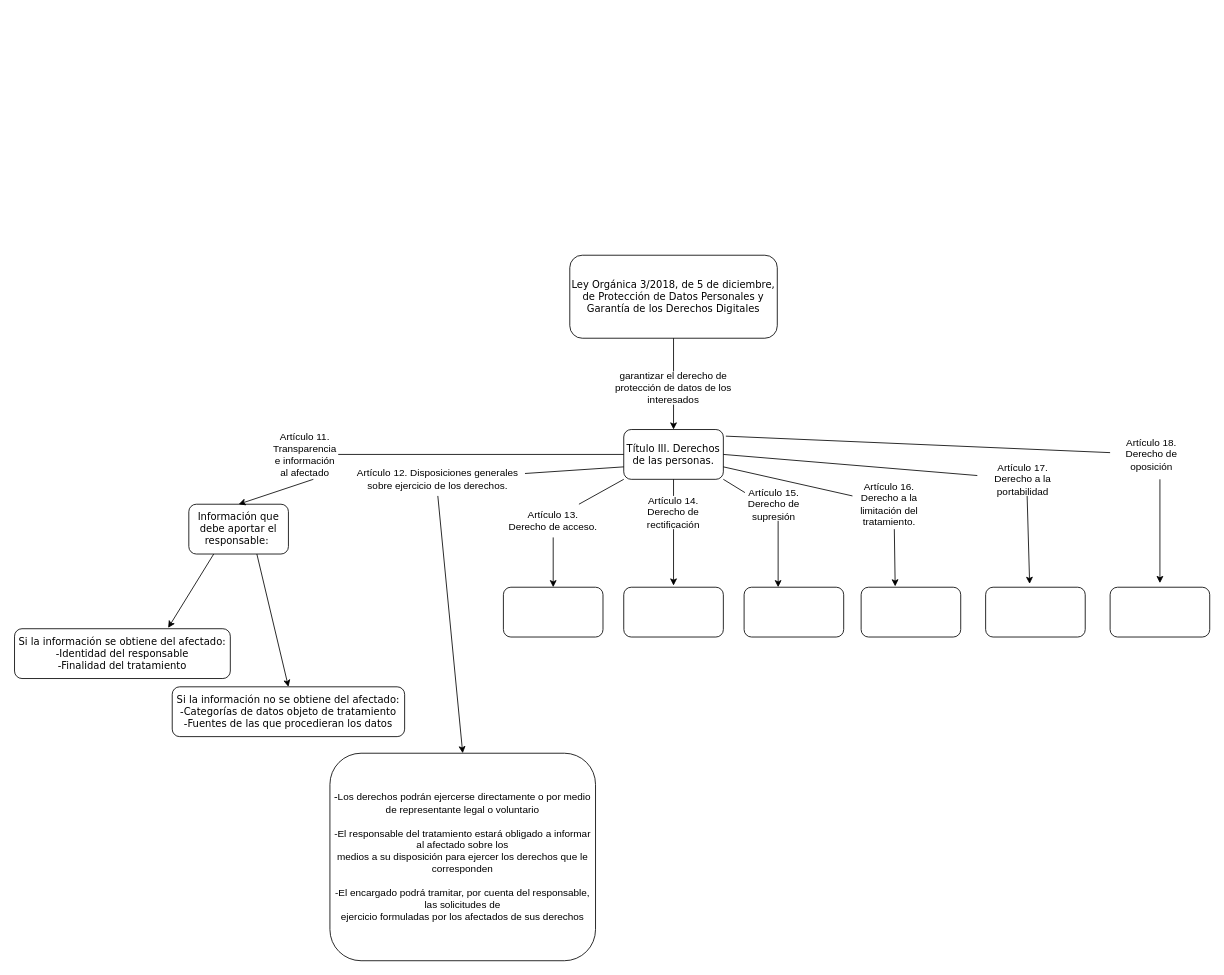
Earlier version of the draw.io diagram CDyAL.drawio (AyobAsroutVargas/lab1). Source tidied: cells renumbered, new cells numbered last; positions are measured from the earlier drawing's top-left corner, leaving out a move shared by most shapes. Both pictures are drawn from the tidied source at 83%, with x=0, y=0 at pixel (14, 255).
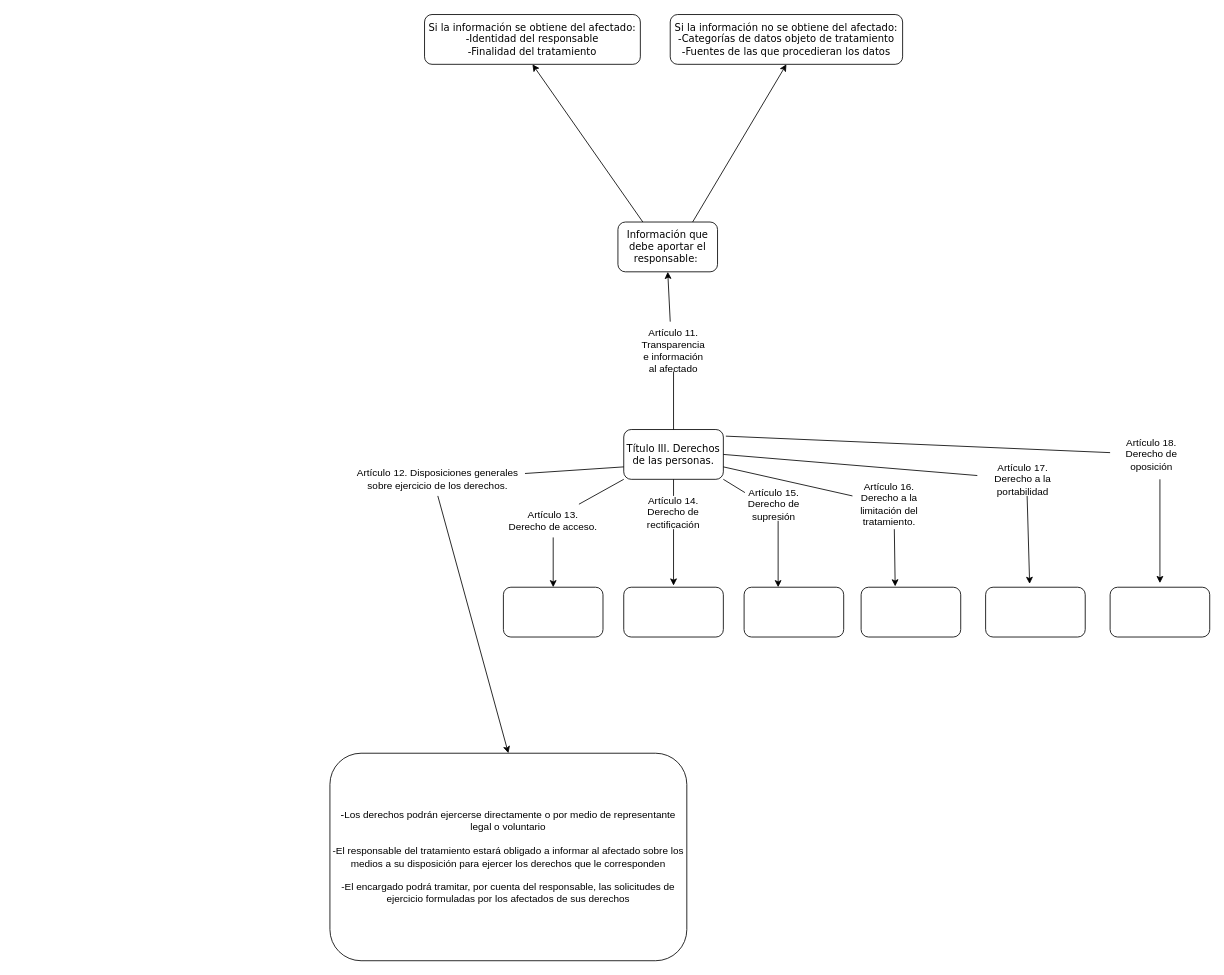
Above is the later version.

Unchanged cells that the change refers to:
```xml
<mxCell id="6" value="&lt;font face=&quot;Verdana&quot;&gt;Título III. Derechos de las personas.&lt;/font&gt;" style="rounded=1;whiteSpace=wrap;html=1;fillColor=#FFFFFF;" parent="1" vertex="1">
  <mxGeometry x="734" y="210" width="120" height="60" as="geometry" />
</mxCell>
```

What changed in the source:
```diff
@@
-    <mxCell id="2" value="&lt;font face=&quot;Verdana&quot;&gt;Ley Orgánica 3/2018, de 5 de diciembre, de Protección de Datos Personales y Garantía de los Derechos Digitales&lt;/font&gt;" style="rounded=1;whiteSpace=wrap;html=1;" parent="1" vertex="1">
-      <mxGeometry x="669" width="250" height="100" as="geometry" />
-    </mxCell>
-    <mxCell id="3" value="garantizar el derecho de&lt;br/&gt;protección de datos de los interesados" style="text;html=1;strokeColor=none;fillColor=none;align=center;verticalAlign=middle;whiteSpace=wrap;rounded=0;" parent="1" vertex="1">
-      <mxGeometry x="709" y="150" width="170" height="20" as="geometry" />
-    </mxCell>
-    <mxCell id="4" style="endArrow=none;html=1;entryX=0.5;entryY=1;entryDx=0;entryDy=0;" parent="1" edge="1" target="2">
-      <mxGeometry relative="1" as="geometry">
-        <mxPoint x="794" y="140" as="sourcePoint" />
-      </mxGeometry>
-    </mxCell>
-    <mxCell id="5" style="endArrow=classic;html=1;entryX=0.5;entryY=0;entryDx=0;entryDy=0;" parent="1" edge="1" target="6">
-      <mxGeometry relative="1" as="geometry">
-        <mxPoint x="794" y="180" as="sourcePoint" />
-      </mxGeometry>
-    </mxCell>
@@
     <mxCell id="7" value="&lt;font face=&quot;Verdana&quot;&gt;Información que debe aportar el responsable:&amp;nbsp;&lt;/font&gt;" style="rounded=1;whiteSpace=wrap;html=1;fillColor=#FFFFFF;" parent="1" vertex="1">
-      <mxGeometry x="210" y="300" width="120" height="60" as="geometry" />
+      <mxGeometry x="727" y="-40" width="120" height="60" as="geometry" />
     </mxCell>
     <mxCell id="8" value="&lt;font face=&quot;Verdana&quot;&gt;-&lt;/font&gt;Los derechos&amp;nbsp;podrán ejercerse directamente o por medio de representante legal o voluntario&lt;br&gt;&lt;br&gt;-El responsable del tratamiento estará obligado a informar al afectado sobre los&lt;br&gt;medios a su disposición para ejercer los derechos que le corresponden&lt;br&gt;&lt;br&gt;-El encargado podrá tramitar, por cuenta del responsable, las solicitudes de&lt;br/&gt;ejercicio formuladas por los afectados de sus derechos" style="rounded=1;whiteSpace=wrap;html=1;fillColor=#FFFFFF;" parent="1" vertex="1">
-      <mxGeometry x="380" y="600" width="320" height="250" as="geometry" />
+      <mxGeometry x="380" y="600" width="430" height="250" as="geometry" />
     </mxCell>
@@
-    <mxCell id="14" style="endArrow=none;html=1;exitX=0;exitY=0.5;exitDx=0;exitDy=0;" parent="1" edge="1" source="6" target="15">
+    <mxCell id="14" style="endArrow=none;html=1;exitX=0.5;exitY=0;exitDx=0;exitDy=0;" parent="1" edge="1" source="6" target="15">
       <mxGeometry relative="1" as="geometry" />
     </mxCell>
     <mxCell id="15" value="Artículo 11. Transparencia e información al afectado" style="text;html=1;strokeColor=none;fillColor=none;align=center;verticalAlign=middle;whiteSpace=wrap;rounded=0;" parent="1" vertex="1">
-      <mxGeometry x="310" y="215" width="80" height="50" as="geometry" />
+      <mxGeometry x="754" y="90" width="80" height="50" as="geometry" />
     </mxCell>
-    <mxCell id="16" style="endArrow=classic;html=1;entryX=0.5;entryY=0;entryDx=0;entryDy=0;" parent="1" edge="1" target="7">
+    <mxCell id="16" style="endArrow=classic;html=1;entryX=0.5;entryY=1;entryDx=0;entryDy=0;" parent="1" edge="1" target="7">
       <mxGeometry relative="1" as="geometry">
-        <mxPoint x="360" y="270" as="sourcePoint" />
+        <mxPoint x="790" y="80" as="sourcePoint" />
       </mxGeometry>
     </mxCell>
@@
-    <mxCell id="39" style="endArrow=classic;html=1;exitX=0.25;exitY=1;exitDx=0;exitDy=0;entryX=0.712;entryY=-0.017;entryDx=0;entryDy=0;entryPerimeter=0;" parent="1" edge="1" source="7" target="41">
+    <mxCell id="39" style="endArrow=classic;html=1;exitX=0.25;exitY=0;exitDx=0;exitDy=0;entryX=0.5;entryY=1;entryDx=0;entryDy=0;" parent="1" edge="1" source="7" target="41">
       <mxGeometry relative="1" as="geometry" />
     </mxCell>
-    <mxCell id="40" style="endArrow=classic;html=1;exitX=0.683;exitY=1;exitDx=0;exitDy=0;exitPerimeter=0;entryX=0.5;entryY=0;entryDx=0;entryDy=0;" parent="1" edge="1" source="7" target="42">
+    <mxCell id="40" style="endArrow=classic;html=1;exitX=0.75;exitY=0;exitDx=0;exitDy=0;entryX=0.5;entryY=1;entryDx=0;entryDy=0;" parent="1" edge="1" source="7" target="42">
       <mxGeometry relative="1" as="geometry" />
     </mxCell>
     <mxCell id="41" value="&lt;font face=&quot;Verdana&quot;&gt;Si la información se obtiene del afectado:&lt;br&gt;-Identidad del responsable&lt;br&gt;-Finalidad del tratamiento&lt;br&gt;&lt;/font&gt;" style="rounded=1;whiteSpace=wrap;html=1;fillColor=#FFFFFF;" parent="1" vertex="1">
-      <mxGeometry y="450" width="260" height="60" as="geometry" />
+      <mxGeometry x="494" y="-290" width="260" height="60" as="geometry" />
     </mxCell>
     <mxCell id="42" value="&lt;font face=&quot;Verdana&quot;&gt;Si la información no se obtiene del afectado:&lt;br&gt;-Categorías de datos objeto de tratamiento&lt;br&gt;-Fuentes de las que procedieran los datos&lt;/font&gt;" style="rounded=1;whiteSpace=wrap;html=1;fillColor=#FFFFFF;" parent="1" vertex="1">
-      <mxGeometry x="190" y="520" width="280" height="60" as="geometry" />
+      <mxGeometry x="790" y="-290" width="280" height="60" as="geometry" />
     </mxCell>
```
